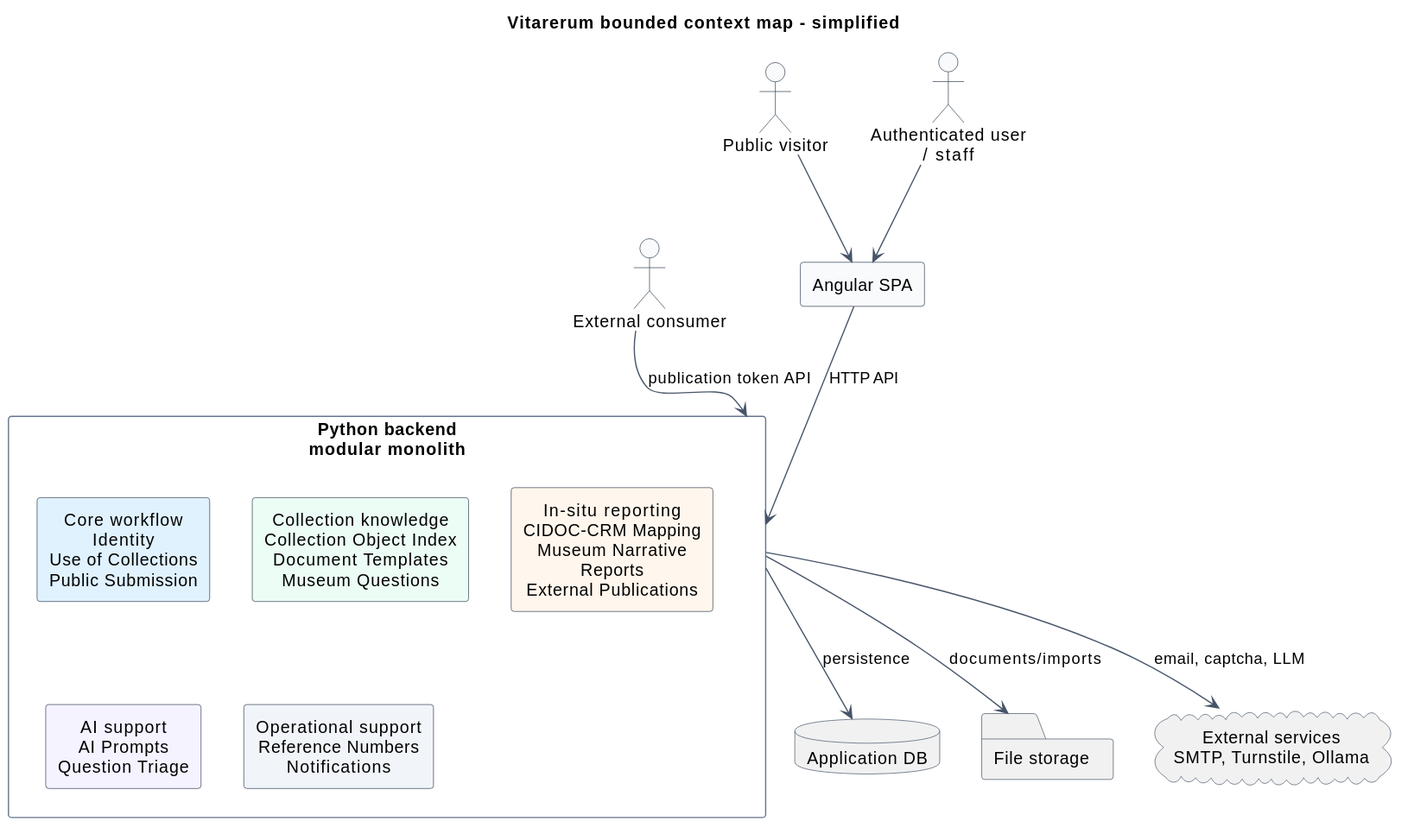
marcosduchinski/vitarerum keeps this PlantUML diagram as docs/architecture/vitarerum-context-map-simplified.svg. Above is the earlier version.
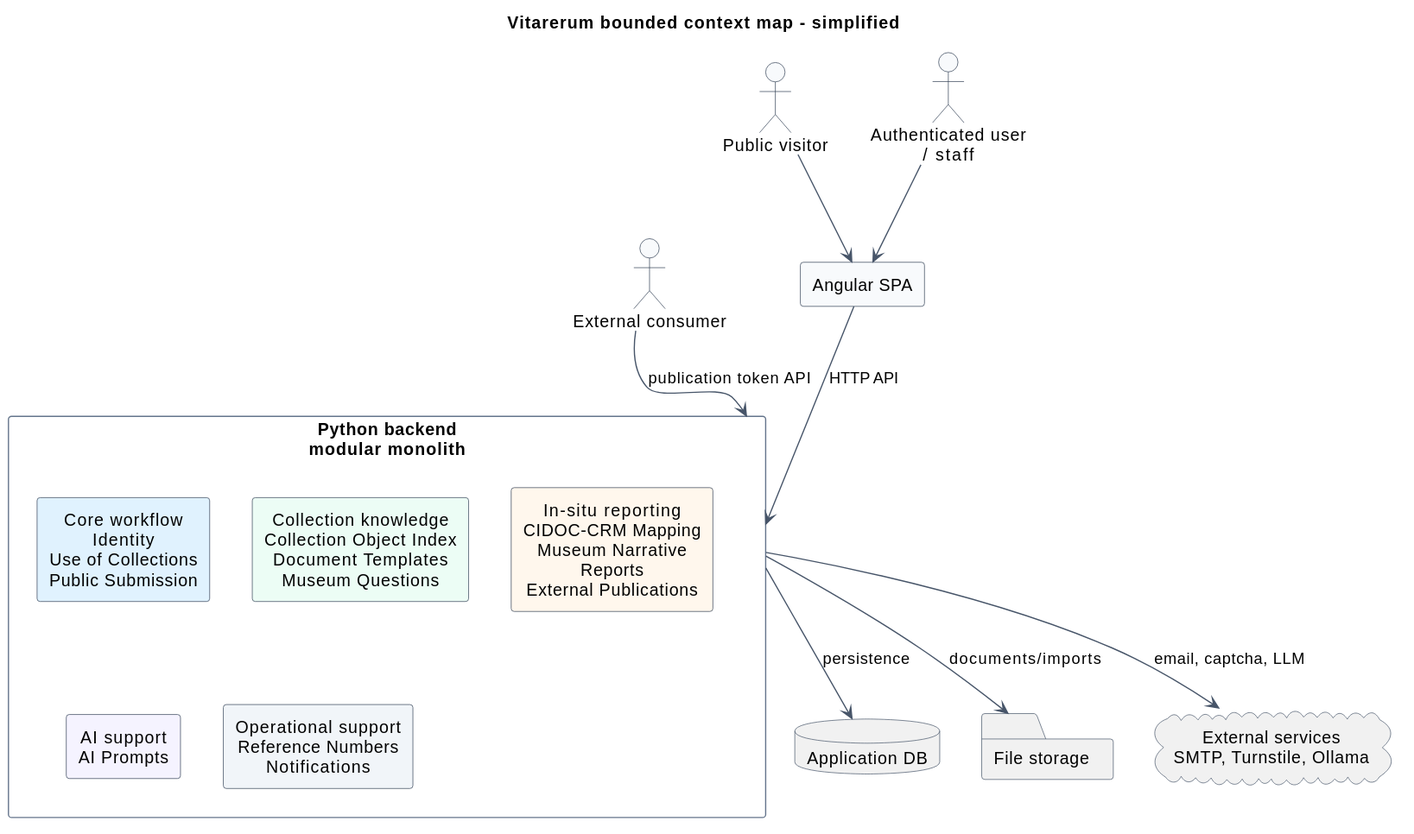
After the commit.

Change to the diagram source:
```diff
@@ -31,7 +31,7 @@
   rectangle "Core workflow\nIdentity\nUse of Collections\nPublic Submission" as core #E0F2FE
   rectangle "Collection knowledge\nCollection Object Index\nDocument Templates\nMuseum Questions" as knowledge #ECFDF5
   rectangle "In-situ reporting\nCIDOC-CRM Mapping\nMuseum Narrative\nReports\nExternal Publications" as reporting #FFF7ED
-  rectangle "AI support\nAI Prompts\nQuestion Triage" as ai_support #F5F3FF
+  rectangle "AI support\nAI Prompts" as ai_support #F5F3FF
   rectangle "Operational support\nReference Numbers\nNotifications" as operations #F1F5F9
 }
 
```
